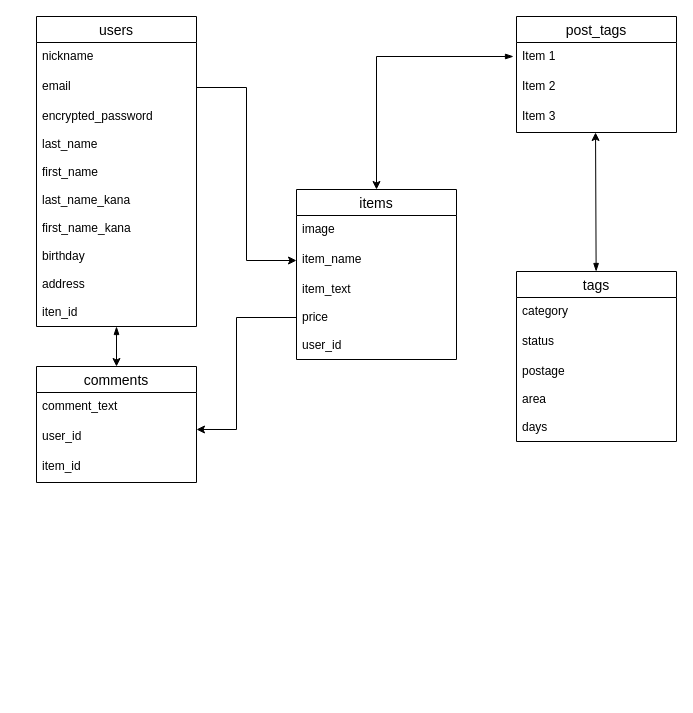
Before: ER.dio in iwamottyan/furima-35510, a draw.io diagram. Source tidied: cells renumbered, new cells numbered last; positions are measured from the earlier drawing's top-left corner, leaving out a move shared by most shapes. Both pictures are drawn from the tidied source at 100%, with x=0, y=0 at pixel (36, 16).
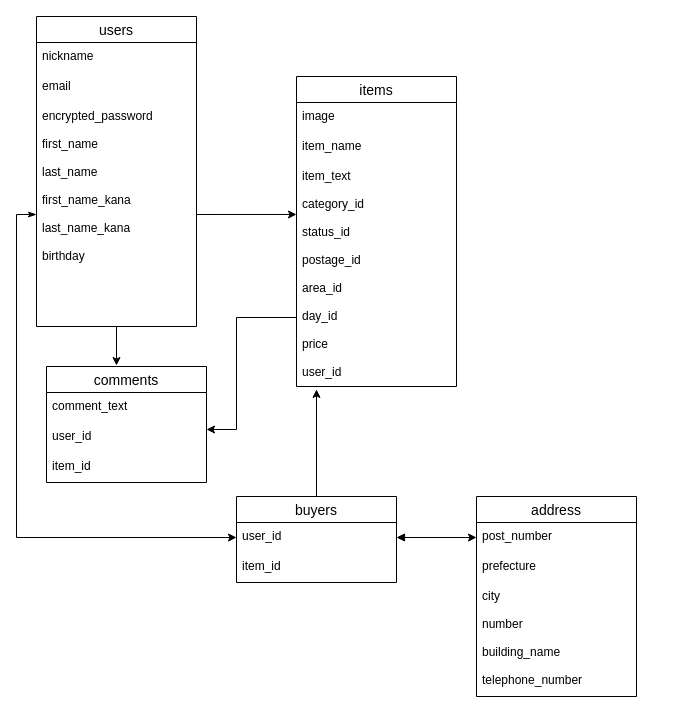
The same diagram, later.

Commit message (it also covers changes not shown here):
データベース設計再提出４

The change refers to these unchanged cells:
```xml
<mxCell id="3" value="users" style="swimlane;fontStyle=0;horizontal=1;startSize=26;align=center;fontSize=14;" parent="1" vertex="1">
  <mxGeometry width="160" height="310" as="geometry" />
</mxCell>
<mxCell id="5" value="email" style="text;strokeColor=none;fillColor=none;spacingLeft=4;spacingRight=4;overflow=hidden;points=[[0,0.5],[1,0.5]];portConstraint=eastwest;fontSize=12;" parent="3" vertex="1">
  <mxGeometry y="56" width="160" height="30" as="geometry" />
</mxCell>
<mxCell id="9" value="item_name" style="text;strokeColor=none;fillColor=none;spacingLeft=4;spacingRight=4;overflow=hidden;points=[[0,0.5],[1,0.5]];portConstraint=eastwest;fontSize=12;" parent="7" vertex="1">
  <mxGeometry y="56" width="160" height="30" as="geometry" />
</mxCell>
```

The edit, as a diff of the source:
```diff
@@
-    <mxCell id="2" style="edgeStyle=none;rounded=0;jettySize=auto;html=1;entryX=0.5;entryY=0;entryDx=0;entryDy=0;startArrow=blockThin;startFill=1;exitX=0.5;exitY=1;exitDx=0;exitDy=0;exitPerimeter=0;" parent="1" edge="1" source="6" target="11">
-      <mxGeometry relative="1" as="geometry" />
+    <mxCell id="2" style="edgeStyle=none;rounded=0;jettySize=auto;html=1;startArrow=none;startFill=0;exitX=0.5;exitY=1;exitDx=0;exitDy=0;exitPerimeter=0;" parent="1" edge="1" source="6">
+      <mxGeometry relative="1" as="geometry">
+        <mxPoint x="80" y="349" as="targetPoint" />
+      </mxGeometry>
     </mxCell>
@@
-    <mxCell id="6" value="encrypted_password&#10;&#10;last_name&#10;&#10;first_name&#10;&#10;last_name_kana&#10;&#10;first_name_kana&#10;&#10;birthday&#10;&#10;address&#10;&#10;iten_id" style="text;strokeColor=none;fillColor=none;spacingLeft=4;spacingRight=4;overflow=hidden;points=[[0,0.5],[1,0.5]];portConstraint=eastwest;fontSize=12;" parent="3" vertex="1">
+    <mxCell id="6" value="encrypted_password&#10;&#10;first_name&#10;&#10;last_name&#10;&#10;first_name_kana&#10;&#10;last_name_kana&#10;&#10;birthday" style="text;strokeColor=none;fillColor=none;spacingLeft=4;spacingRight=4;overflow=hidden;points=[[0,0.5],[1,0.5]];portConstraint=eastwest;fontSize=12;" parent="3" vertex="1">
       <mxGeometry y="86" width="160" height="224" as="geometry" />
     </mxCell>
     <mxCell id="7" value="items" style="swimlane;fontStyle=0;horizontal=1;startSize=26;align=center;fontSize=14;" parent="1" vertex="1">
-      <mxGeometry x="260" y="173" width="160" height="170" as="geometry" />
+      <mxGeometry x="260" y="60" width="160" height="310" as="geometry" />
     </mxCell>
@@
-    <mxCell id="10" value="item_text&#10;&#10;price&#10;&#10;user_id" style="text;strokeColor=none;fillColor=none;spacingLeft=4;spacingRight=4;overflow=hidden;points=[[0,0.5],[1,0.5]];portConstraint=eastwest;fontSize=12;" parent="7" vertex="1">
-      <mxGeometry y="86" width="160" height="84" as="geometry" />
+    <mxCell id="10" value="item_text&#10;&#10;category_id&#10;&#10;status_id&#10;&#10;postage_id&#10;&#10;area_id&#10;&#10;day_id&#10;&#10;price&#10;&#10;user_id" style="text;strokeColor=none;fillColor=none;spacingLeft=4;spacingRight=4;overflow=hidden;points=[[0,0.5],[1,0.5]];portConstraint=eastwest;fontSize=12;" parent="7" vertex="1">
+      <mxGeometry y="86" width="160" height="224" as="geometry" />
     </mxCell>
     <mxCell id="11" value="comments" style="swimlane;fontStyle=0;horizontal=1;startSize=26;align=center;fontSize=14;" parent="1" vertex="1">
-      <mxGeometry y="350" width="160" height="116" as="geometry" />
+      <mxGeometry x="10" y="350" width="160" height="116" as="geometry" />
     </mxCell>
@@
-    <mxCell id="15" style="edgeStyle=none;rounded=0;jettySize=auto;html=1;startArrow=blockThin;startFill=1;entryX=0.5;entryY=0;entryDx=0;entryDy=0;" parent="1" edge="1" target="7">
-      <mxGeometry relative="1" as="geometry">
-        <mxPoint x="477" y="40" as="sourcePoint" />
-        <Array as="points">
-          <mxPoint x="340" y="40" />
-        </Array>
-      </mxGeometry>
-    </mxCell>
-    <mxCell id="16" value="post_tags" style="swimlane;fontStyle=0;horizontal=1;startSize=26;align=center;fontSize=14;" parent="1" vertex="1">
-      <mxGeometry x="480" width="160" height="116" as="geometry" />
-    </mxCell>
-    <mxCell id="17" value="Item 1" style="text;strokeColor=none;fillColor=none;spacingLeft=4;spacingRight=4;overflow=hidden;fontSize=12;" parent="16" vertex="1">
-      <mxGeometry y="26" width="160" height="30" as="geometry" />
-    </mxCell>
-    <mxCell id="18" value="Item 2" style="text;strokeColor=none;fillColor=none;spacingLeft=4;spacingRight=4;overflow=hidden;fontSize=12;" parent="16" vertex="1">
-      <mxGeometry y="56" width="160" height="30" as="geometry" />
-    </mxCell>
-    <mxCell id="19" value="Item 3" style="text;strokeColor=none;fillColor=none;spacingLeft=4;spacingRight=4;overflow=hidden;points=[[0,0.5],[1,0.5]];portConstraint=eastwest;fontSize=12;" parent="16" vertex="1">
-      <mxGeometry y="86" width="160" height="30" as="geometry" />
-    </mxCell>
-    <mxCell id="20" style="edgeStyle=orthogonalEdgeStyle;rounded=0;jettySize=auto;html=1;exitX=1;exitY=0.5;exitDx=0;exitDy=0;entryX=0;entryY=0.5;entryDx=0;entryDy=0;" parent="1" edge="1" source="5" target="9">
-      <mxGeometry relative="1" as="geometry" />
-    </mxCell>
-    <mxCell id="21" style="edgeStyle=none;rounded=0;jettySize=auto;html=1;entryX=0.494;entryY=1;entryDx=0;entryDy=0;entryPerimeter=0;startArrow=blockThin;startFill=1;" parent="1" edge="1" source="22" target="19">
-      <mxGeometry relative="1" as="geometry" />
-    </mxCell>
-    <mxCell id="22" value="tags" style="swimlane;fontStyle=0;horizontal=1;startSize=26;align=center;fontSize=14;" parent="1" vertex="1">
-      <mxGeometry x="480" y="255" width="160" height="170" as="geometry" />
-    </mxCell>
-    <mxCell id="23" value="category" style="text;strokeColor=none;fillColor=none;spacingLeft=4;spacingRight=4;overflow=hidden;fontSize=12;" parent="22" vertex="1">
-      <mxGeometry y="26" width="160" height="30" as="geometry" />
-    </mxCell>
-    <mxCell id="24" value="status" style="text;strokeColor=none;fillColor=none;spacingLeft=4;spacingRight=4;overflow=hidden;fontSize=12;" parent="22" vertex="1">
-      <mxGeometry y="56" width="160" height="30" as="geometry" />
-    </mxCell>
-    <mxCell id="25" value="postage&#10;&#10;area&#10;&#10;days" style="text;strokeColor=none;fillColor=none;spacingLeft=4;spacingRight=4;overflow=hidden;fontSize=12;" parent="22" vertex="1">
-      <mxGeometry y="86" width="160" height="84" as="geometry" />
-    </mxCell>
@@
+    <mxCell id="27" style="edgeStyle=none;rounded=0;jettySize=auto;html=1;entryX=0.125;entryY=1.013;entryDx=0;entryDy=0;entryPerimeter=0;startArrow=none;startFill=0;" parent="1" edge="1" source="28" target="10">
+      <mxGeometry relative="1" as="geometry" />
+    </mxCell>
+    <mxCell id="28" value="buyers" style="swimlane;fontStyle=0;horizontal=1;startSize=26;align=center;fontSize=14;" parent="1" vertex="1">
+      <mxGeometry x="200" y="480" width="160" height="86" as="geometry" />
+    </mxCell>
+    <mxCell id="29" value="user_id" style="text;strokeColor=none;fillColor=none;spacingLeft=4;spacingRight=4;overflow=hidden;points=[[0,0.5],[1,0.5]];portConstraint=eastwest;fontSize=12;" parent="28" vertex="1">
+      <mxGeometry y="26" width="160" height="30" as="geometry" />
+    </mxCell>
+    <mxCell id="30" value="item_id" style="text;strokeColor=none;fillColor=none;spacingLeft=4;spacingRight=4;overflow=hidden;fontSize=12;" parent="28" vertex="1">
+      <mxGeometry y="56" width="160" height="30" as="geometry" />
+    </mxCell>
+    <mxCell id="31" value="address" style="swimlane;fontStyle=0;horizontal=1;startSize=26;align=center;fontSize=14;" parent="1" vertex="1">
+      <mxGeometry x="440" y="480" width="160" height="200" as="geometry" />
+    </mxCell>
+    <mxCell id="32" value="post_number" style="text;strokeColor=none;fillColor=none;spacingLeft=4;spacingRight=4;overflow=hidden;points=[[0,0.5],[1,0.5]];portConstraint=eastwest;fontSize=12;" parent="31" vertex="1">
+      <mxGeometry y="26" width="160" height="30" as="geometry" />
+    </mxCell>
+    <mxCell id="33" value="prefecture" style="text;strokeColor=none;fillColor=none;spacingLeft=4;spacingRight=4;overflow=hidden;fontSize=12;" parent="31" vertex="1">
+      <mxGeometry y="56" width="160" height="30" as="geometry" />
+    </mxCell>
+    <mxCell id="34" value="city&#10;&#10;number&#10;&#10;building_name&#10;&#10;telephone_number" style="text;strokeColor=none;fillColor=none;spacingLeft=4;spacingRight=4;overflow=hidden;fontSize=12;" parent="31" vertex="1">
+      <mxGeometry y="86" width="160" height="114" as="geometry" />
+    </mxCell>
+    <mxCell id="35" style="edgeStyle=none;rounded=0;jettySize=auto;html=1;exitX=1;exitY=0.5;exitDx=0;exitDy=0;entryX=0;entryY=0.5;entryDx=0;entryDy=0;startArrow=block;startFill=1;" parent="1" edge="1" source="29" target="32">
+      <mxGeometry relative="1" as="geometry" />
+    </mxCell>
+    <mxCell id="36" style="edgeStyle=none;rounded=0;jettySize=auto;html=1;startArrow=classicThin;startFill=1;entryX=0;entryY=0.5;entryDx=0;entryDy=0;" parent="1" edge="1" target="29">
+      <mxGeometry relative="1" as="geometry">
+        <mxPoint y="198" as="sourcePoint" />
+        <Array as="points">
+          <mxPoint x="-20" y="198" />
+          <mxPoint x="-20" y="521" />
+        </Array>
+      </mxGeometry>
+    </mxCell>
+    <mxCell id="37" style="edgeStyle=none;rounded=0;jettySize=auto;html=1;exitX=1;exitY=0.5;exitDx=0;exitDy=0;entryX=0;entryY=0.232;entryDx=0;entryDy=0;entryPerimeter=0;startArrow=none;startFill=0;" parent="1" edge="1" source="6" target="10">
+      <mxGeometry relative="1" as="geometry" />
+    </mxCell>
```
